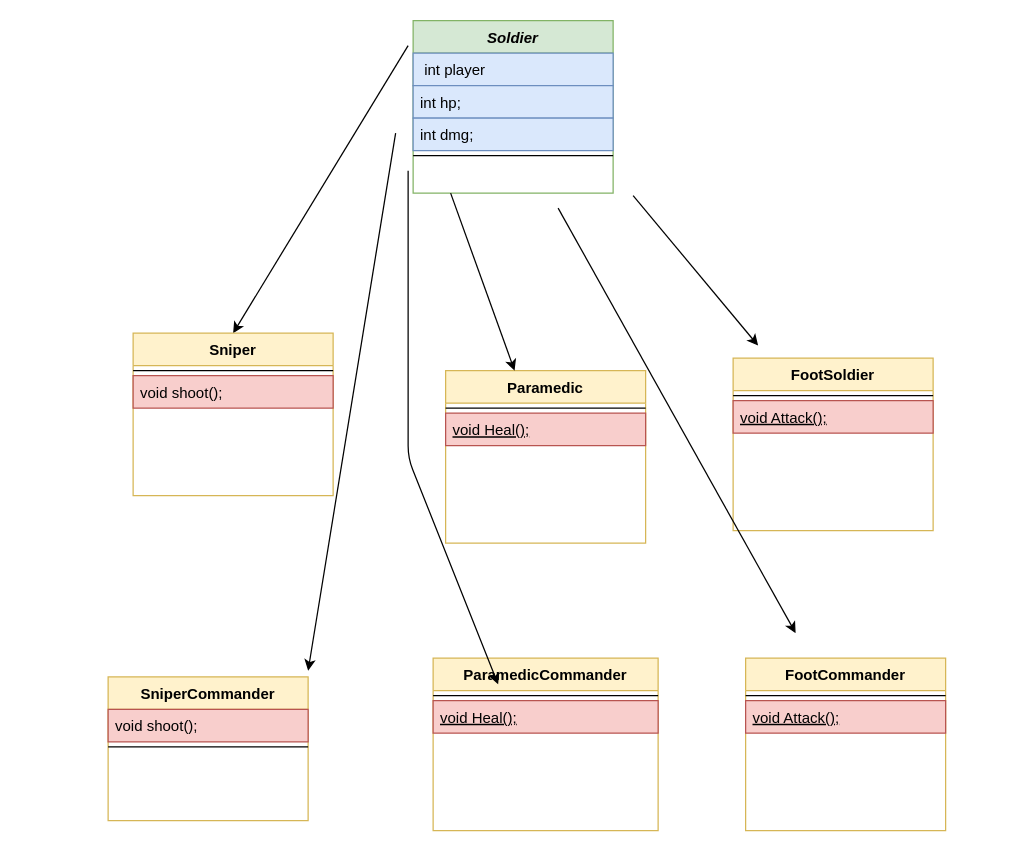
The draw.io diagram Untitled Diagram (1).drawio in meirfuces/wargame-a, before the edit. Source tidied: cells renumbered, new cells numbered last; positions are measured from the earlier drawing's top-left corner, leaving out a move shared by most shapes. Both pictures are drawn from the tidied source at 125%, with x=0, y=0 at pixel (108, 20).
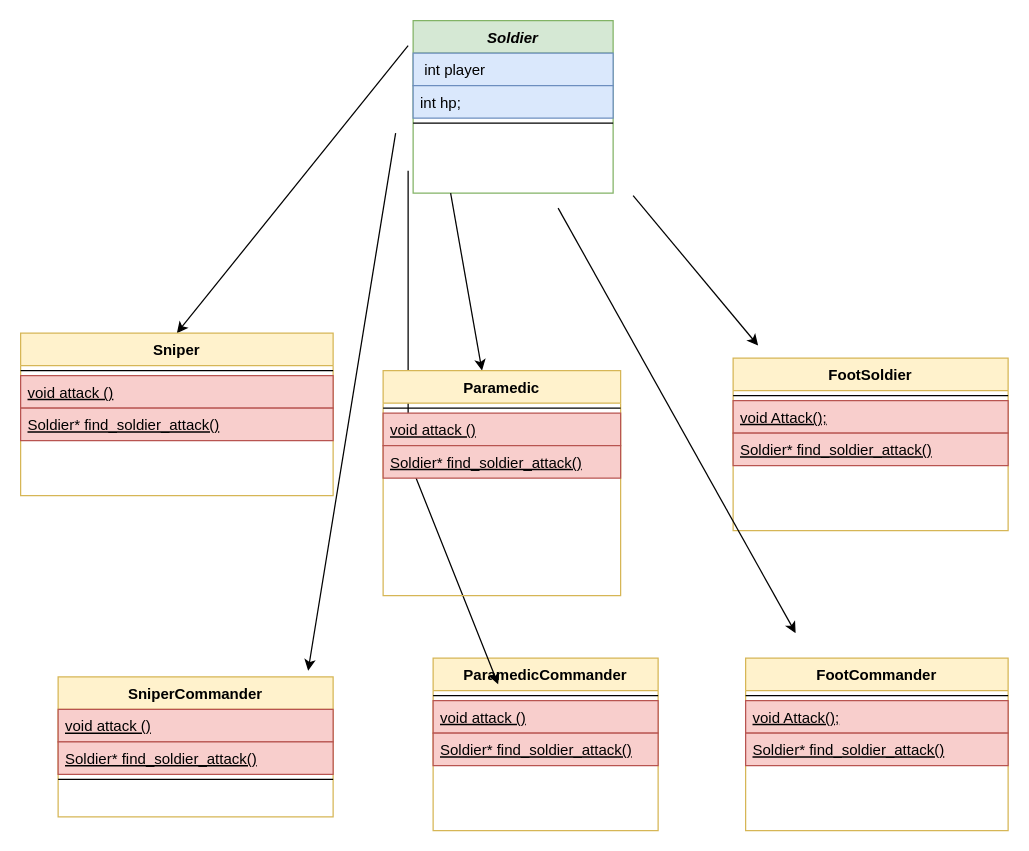
The same page after the edit.

The change refers to these unchanged cells:
```xml
<mxCell id="3" value="Soldier" style="swimlane;fontStyle=3;align=center;verticalAlign=top;horizontal=1;startSize=26;rounded=0;shadow=0;strokeWidth=1;fillColor=#d5e8d4;strokeColor=#82b366;" parent="1" vertex="1">
  <mxGeometry x="244" width="160" height="138" as="geometry" />
</mxCell>
<mxCell id="23" value="ParamedicCommander" style="swimlane;fontStyle=1;align=center;verticalAlign=top;horizontal=1;startSize=26;rounded=0;shadow=0;strokeWidth=1;fillColor=#fff2cc;strokeColor=#d6b656;" parent="1" vertex="1">
  <mxGeometry x="260" y="510" width="180" height="138" as="geometry" />
</mxCell>
```

Diff of the diagram source:
```diff
@@
-    <mxCell id="6" value="int dmg;" style="text;align=left;verticalAlign=top;spacingLeft=4;spacingRight=4;overflow=hidden;rounded=0;shadow=0;html=0;fillColor=#dae8fc;strokeColor=#6c8ebf;" parent="3" vertex="1">
-      <mxGeometry y="78" width="160" height="26" as="geometry" />
-    </mxCell>
     <mxCell id="7" style="line;html=1;strokeWidth=1;align=left;verticalAlign=middle;spacingTop=-1;spacingLeft=3;spacingRight=3;labelPosition=right;" parent="3" vertex="1">
-      <mxGeometry y="104" width="160" height="8" as="geometry" />
+      <mxGeometry y="78" width="160" height="8" as="geometry" />
     </mxCell>
     <mxCell id="8" value="Sniper" style="swimlane;fontStyle=1;align=center;verticalAlign=top;horizontal=1;startSize=26;rounded=0;shadow=0;strokeWidth=1;fillColor=#fff2cc;strokeColor=#d6b656;" parent="1" vertex="1">
-      <mxGeometry x="20" y="250" width="160" height="130" as="geometry" />
+      <mxGeometry x="-70" y="250" width="250" height="130" as="geometry" />
     </mxCell>
     <mxCell id="9" style="line;html=1;strokeWidth=1;align=left;verticalAlign=middle;spacingTop=-1;spacingLeft=3;spacingRight=3;labelPosition=right;" parent="8" vertex="1">
-      <mxGeometry y="26" width="160" height="8" as="geometry" />
+      <mxGeometry y="26" width="250" height="8" as="geometry" />
     </mxCell>
-    <mxCell id="10" value="void shoot();" style="text;align=left;verticalAlign=top;spacingLeft=4;spacingRight=4;overflow=hidden;fillColor=#f8cecc;strokeColor=#b85450;" parent="8" vertex="1">
-      <mxGeometry y="34" width="160" height="26" as="geometry" />
-    </mxCell>
-    <mxCell id="11" value="SniperCommander" style="swimlane;fontStyle=1;align=center;verticalAlign=top;horizontal=1;startSize=26;rounded=0;shadow=0;strokeWidth=1;fillColor=#fff2cc;strokeColor=#d6b656;" parent="1" vertex="1">
-      <mxGeometry y="525" width="160" height="115" as="geometry" />
-    </mxCell>
-    <mxCell id="12" value="void shoot();" style="text;align=left;verticalAlign=top;spacingLeft=4;spacingRight=4;overflow=hidden;fillColor=#f8cecc;strokeColor=#b85450;" parent="11" vertex="1">
-      <mxGeometry y="26" width="160" height="26" as="geometry" />
-    </mxCell>
-    <mxCell id="13" style="line;html=1;strokeWidth=1;align=left;verticalAlign=middle;spacingTop=-1;spacingLeft=3;spacingRight=3;labelPosition=right;" parent="11" vertex="1">
-      <mxGeometry y="52" width="160" height="8" as="geometry" />
-    </mxCell>
+    <mxCell id="31" value="void attack ()" style="text;align=left;verticalAlign=top;spacingLeft=4;spacingRight=4;overflow=hidden;fontStyle=4;fillColor=#f8cecc;strokeColor=#b85450;" parent="8" vertex="1">
+      <mxGeometry y="34" width="250" height="26" as="geometry" />
+    </mxCell>
+    <mxCell id="32" value="Soldier* find_soldier_attack()" style="text;align=left;verticalAlign=top;spacingLeft=4;spacingRight=4;overflow=hidden;fontStyle=4;fillColor=#f8cecc;strokeColor=#b85450;" parent="8" vertex="1">
+      <mxGeometry y="60" width="250" height="26" as="geometry" />
+    </mxCell>
     <mxCell id="14" value="FootCommander" style="swimlane;fontStyle=1;align=center;verticalAlign=top;horizontal=1;startSize=26;rounded=0;shadow=0;strokeWidth=1;fillColor=#fff2cc;strokeColor=#d6b656;" parent="1" vertex="1">
-      <mxGeometry x="510" y="510" width="160" height="138" as="geometry" />
+      <mxGeometry x="510" y="510" width="210" height="138" as="geometry" />
     </mxCell>
     <mxCell id="15" style="line;html=1;strokeWidth=1;align=left;verticalAlign=middle;spacingTop=-1;spacingLeft=3;spacingRight=3;labelPosition=right;" parent="14" vertex="1">
-      <mxGeometry y="26" width="160" height="8" as="geometry" />
+      <mxGeometry y="26" width="210" height="8" as="geometry" />
     </mxCell>
     <mxCell id="16" value="void Attack();" style="text;align=left;verticalAlign=top;spacingLeft=4;spacingRight=4;overflow=hidden;fontStyle=4;fillColor=#f8cecc;strokeColor=#b85450;" parent="14" vertex="1">
-      <mxGeometry y="34" width="160" height="26" as="geometry" />
+      <mxGeometry y="34" width="210" height="26" as="geometry" />
     </mxCell>
+    <mxCell id="33" value="Soldier* find_soldier_attack()" style="text;align=left;verticalAlign=top;spacingLeft=4;spacingRight=4;overflow=hidden;fontStyle=4;fillColor=#f8cecc;strokeColor=#b85450;" parent="14" vertex="1">
+      <mxGeometry y="60" width="210" height="26" as="geometry" />
+    </mxCell>
     <mxCell id="17" value="FootSoldier" style="swimlane;fontStyle=1;align=center;verticalAlign=top;horizontal=1;startSize=26;rounded=0;shadow=0;strokeWidth=1;fillColor=#fff2cc;strokeColor=#d6b656;" parent="1" vertex="1">
-      <mxGeometry x="500" y="270" width="160" height="138" as="geometry" />
+      <mxGeometry x="500" y="270" width="220" height="138" as="geometry" />
     </mxCell>
     <mxCell id="18" style="line;html=1;strokeWidth=1;align=left;verticalAlign=middle;spacingTop=-1;spacingLeft=3;spacingRight=3;labelPosition=right;" parent="17" vertex="1">
-      <mxGeometry y="26" width="160" height="8" as="geometry" />
+      <mxGeometry y="26" width="220" height="8" as="geometry" />
     </mxCell>
     <mxCell id="19" value="void Attack();" style="text;align=left;verticalAlign=top;spacingLeft=4;spacingRight=4;overflow=hidden;fontStyle=4;fillColor=#f8cecc;strokeColor=#b85450;" parent="17" vertex="1">
-      <mxGeometry y="34" width="160" height="26" as="geometry" />
+      <mxGeometry y="34" width="220" height="26" as="geometry" />
     </mxCell>
-    <mxCell id="20" value="Paramedic" style="swimlane;fontStyle=1;align=center;verticalAlign=top;horizontal=1;startSize=26;rounded=0;shadow=0;strokeWidth=1;fillColor=#fff2cc;strokeColor=#d6b656;" parent="1" vertex="1">
-      <mxGeometry x="270" y="280" width="160" height="138" as="geometry" />
-    </mxCell>
-    <mxCell id="21" style="line;html=1;strokeWidth=1;align=left;verticalAlign=middle;spacingTop=-1;spacingLeft=3;spacingRight=3;labelPosition=right;" parent="20" vertex="1">
-      <mxGeometry y="26" width="160" height="8" as="geometry" />
-    </mxCell>
-    <mxCell id="22" value="void Heal();" style="text;align=left;verticalAlign=top;spacingLeft=4;spacingRight=4;overflow=hidden;fontStyle=4;fillColor=#f8cecc;strokeColor=#b85450;" parent="20" vertex="1">
-      <mxGeometry y="34" width="160" height="26" as="geometry" />
-    </mxCell>
+    <mxCell id="34" value="Soldier* find_soldier_attack()" style="text;align=left;verticalAlign=top;spacingLeft=4;spacingRight=4;overflow=hidden;fontStyle=4;fillColor=#f8cecc;strokeColor=#b85450;" parent="17" vertex="1">
+      <mxGeometry y="60" width="220" height="26" as="geometry" />
+    </mxCell>
@@
-    <mxCell id="25" value="void Heal();" style="text;align=left;verticalAlign=top;spacingLeft=4;spacingRight=4;overflow=hidden;fontStyle=4;fillColor=#f8cecc;strokeColor=#b85450;" parent="23" vertex="1">
-      <mxGeometry y="34" width="180" height="26" as="geometry" />
-    </mxCell>
+    <mxCell id="35" value="void attack ()" style="text;align=left;verticalAlign=top;spacingLeft=4;spacingRight=4;overflow=hidden;fontStyle=4;fillColor=#f8cecc;strokeColor=#b85450;" parent="23" vertex="1">
+      <mxGeometry y="34" width="180" height="26" as="geometry" />
+    </mxCell>
+    <mxCell id="36" value="Soldier* find_soldier_attack()" style="text;align=left;verticalAlign=top;spacingLeft=4;spacingRight=4;overflow=hidden;fontStyle=4;fillColor=#f8cecc;strokeColor=#b85450;" parent="23" vertex="1">
+      <mxGeometry y="60" width="180" height="26" as="geometry" />
+    </mxCell>
@@
+    <mxCell id="20" value="Paramedic" style="swimlane;fontStyle=1;align=center;verticalAlign=top;horizontal=1;startSize=26;rounded=0;shadow=0;strokeWidth=1;fillColor=#fff2cc;strokeColor=#d6b656;" parent="1" vertex="1">
+      <mxGeometry x="220" y="280" width="190" height="180" as="geometry" />
+    </mxCell>
+    <mxCell id="21" style="line;html=1;strokeWidth=1;align=left;verticalAlign=middle;spacingTop=-1;spacingLeft=3;spacingRight=3;labelPosition=right;" parent="20" vertex="1">
+      <mxGeometry y="26" width="190" height="8" as="geometry" />
+    </mxCell>
+    <mxCell id="22" value="void attack ()" style="text;align=left;verticalAlign=top;spacingLeft=4;spacingRight=4;overflow=hidden;fontStyle=4;fillColor=#f8cecc;strokeColor=#b85450;" parent="20" vertex="1">
+      <mxGeometry y="34" width="190" height="26" as="geometry" />
+    </mxCell>
+    <mxCell id="37" value="Soldier* find_soldier_attack()" style="text;align=left;verticalAlign=top;spacingLeft=4;spacingRight=4;overflow=hidden;fontStyle=4;fillColor=#f8cecc;strokeColor=#b85450;" parent="1" vertex="1">
+      <mxGeometry x="220" y="340" width="190" height="26" as="geometry" />
+    </mxCell>
+    <mxCell id="11" value="SniperCommander" style="swimlane;fontStyle=1;align=center;verticalAlign=top;horizontal=1;startSize=26;rounded=0;shadow=0;strokeWidth=1;fillColor=#fff2cc;strokeColor=#d6b656;" parent="1" vertex="1">
+      <mxGeometry x="-40" y="525" width="220" height="112" as="geometry" />
+    </mxCell>
+    <mxCell id="38" value="void attack ()" style="text;align=left;verticalAlign=top;spacingLeft=4;spacingRight=4;overflow=hidden;fontStyle=4;fillColor=#f8cecc;strokeColor=#b85450;" parent="11" vertex="1">
+      <mxGeometry y="26" width="220" height="26" as="geometry" />
+    </mxCell>
+    <mxCell id="39" value="Soldier* find_soldier_attack()" style="text;align=left;verticalAlign=top;spacingLeft=4;spacingRight=4;overflow=hidden;fontStyle=4;fillColor=#f8cecc;strokeColor=#b85450;" parent="11" vertex="1">
+      <mxGeometry y="52" width="220" height="26" as="geometry" />
+    </mxCell>
+    <mxCell id="13" style="line;html=1;strokeWidth=1;align=left;verticalAlign=middle;spacingTop=-1;spacingLeft=3;spacingRight=3;labelPosition=right;" parent="11" vertex="1">
+      <mxGeometry y="78" width="220" height="8" as="geometry" />
+    </mxCell>
```
